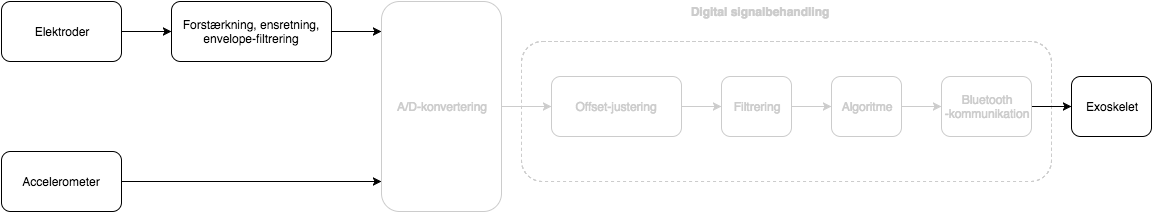
mariakroustrup/ST4 keeps this draw.io diagram as figures/implementering/Blokdiagram_analog.png. Above is the earlier version. Source tidied: cells renumbered, new cells last; positions are measured from the earlier drawing's top-left corner, leaving out a move shared by most shapes. Its diagram source:
```xml
<mxGraphModel background="#ffffff">
  <root>
    <mxCell id="0" />
    <mxCell id="1" parent="0" />
    <mxCell id="2" style="rounded=1;whiteSpace=wrap;html=1;dashed=1;strokeColor=#CCCCCC;" parent="1" vertex="1">
      <mxGeometry x="520" y="40" width="530" height="140" as="geometry" />
    </mxCell>
    <mxCell id="3" value="Elektroder" style="rounded=1;whiteSpace=wrap;html=1;" parent="1" vertex="1">
      <mxGeometry width="120" height="60" as="geometry" />
    </mxCell>
    <mxCell id="4" value="Accelerometer" style="rounded=1;whiteSpace=wrap;html=1;" parent="1" vertex="1">
      <mxGeometry y="150" width="120" height="60" as="geometry" />
    </mxCell>
    <mxCell id="5" value="&lt;div&gt;Forstærkning, ensretning, envelope-filtrering&lt;/div&gt;" style="rounded=1;whiteSpace=wrap;html=1;" parent="1" vertex="1">
      <mxGeometry x="170" width="160" height="60" as="geometry" />
    </mxCell>
    <mxCell id="6" style="endArrow=classic;html=1;entryX=0;entryY=0.5;exitX=1;exitY=0.5;" parent="1" edge="1" source="3" target="5">
      <mxGeometry relative="1" as="geometry" />
    </mxCell>
    <mxCell id="7" style="edgeStyle=orthogonalEdgeStyle;rounded=0;html=1;exitX=1;exitY=0.5;jettySize=auto;" parent="1" edge="1" source="5">
      <mxGeometry relative="1" as="geometry">
        <mxPoint x="380" y="30" as="targetPoint" />
      </mxGeometry>
    </mxCell>
    <mxCell id="8" value="&lt;font color=&quot;#cccccc&quot;&gt;A/D-konvertering&lt;/font&gt;" style="rounded=1;whiteSpace=wrap;html=1;strokeColor=#CCCCCC;" parent="1" vertex="1">
      <mxGeometry x="380" width="120" height="210" as="geometry" />
    </mxCell>
    <mxCell id="9" style="edgeStyle=orthogonalEdgeStyle;rounded=0;html=1;exitX=1;exitY=0.5;entryX=0;entryY=0.857;entryPerimeter=0;jettySize=auto;" parent="1" edge="1" source="4" target="8">
      <mxGeometry relative="1" as="geometry" />
    </mxCell>
    <mxCell id="10" value="&lt;font color=&quot;#cccccc&quot;&gt;Offset-justering&lt;/font&gt;" style="rounded=1;whiteSpace=wrap;html=1;strokeColor=#CCCCCC;" parent="1" vertex="1">
      <mxGeometry x="550" y="75" width="130" height="60" as="geometry" />
    </mxCell>
    <mxCell id="11" style="edgeStyle=orthogonalEdgeStyle;rounded=0;html=1;exitX=0;exitY=0.5;entryX=0;entryY=0.5;jettySize=auto;orthogonalLoop=1;" parent="1" edge="1" source="10" target="10">
      <mxGeometry relative="1" as="geometry" />
    </mxCell>
    <mxCell id="12" style="edgeStyle=orthogonalEdgeStyle;rounded=0;html=1;exitX=1;exitY=0.5;entryX=0;entryY=0.5;startSize=6;jettySize=auto;orthogonalLoop=1;strokeColor=#CCCCCC;" parent="1" edge="1">
      <mxGeometry relative="1" as="geometry">
        <mxPoint x="900" y="105" as="sourcePoint" />
        <mxPoint x="940" y="105" as="targetPoint" />
      </mxGeometry>
    </mxCell>
    <mxCell id="13" style="edgeStyle=orthogonalEdgeStyle;rounded=0;html=1;exitX=1;exitY=0.5;entryX=0;entryY=0.5;startSize=6;jettySize=auto;orthogonalLoop=1;strokeColor=#000000;" parent="1" edge="1">
      <mxGeometry relative="1" as="geometry">
        <mxPoint x="1030" y="105" as="sourcePoint" />
        <mxPoint x="1070" y="105" as="targetPoint" />
      </mxGeometry>
    </mxCell>
    <mxCell id="14" value="&lt;b&gt;&lt;font color=&quot;#cccccc&quot;&gt;Digital signalbehandling&lt;/font&gt;&lt;/b&gt;" style="text;html=1;strokeColor=none;fillColor=none;align=center;verticalAlign=middle;whiteSpace=wrap;overflow=hidden;dashed=1;" parent="1" vertex="1">
      <mxGeometry x="670" width="175" height="20" as="geometry" />
    </mxCell>
    <mxCell id="15" style="edgeStyle=orthogonalEdgeStyle;rounded=0;html=1;exitX=1;exitY=0.5;entryX=0;entryY=0.5;startSize=6;jettySize=auto;orthogonalLoop=1;strokeColor=#CCCCCC;" parent="1" edge="1">
      <mxGeometry relative="1" as="geometry">
        <mxPoint x="790" y="105" as="sourcePoint" />
        <mxPoint x="830" y="105" as="targetPoint" />
      </mxGeometry>
    </mxCell>
    <mxCell id="16" style="edgeStyle=orthogonalEdgeStyle;rounded=0;html=1;exitX=1;exitY=0.5;entryX=0;entryY=0.5;startSize=6;jettySize=auto;strokeColor=#CCCCCC;" parent="1" edge="1" source="8" target="10">
      <mxGeometry relative="1" as="geometry" />
    </mxCell>
    <mxCell id="17" style="edgeStyle=orthogonalEdgeStyle;rounded=0;html=1;exitX=1;exitY=0.5;startSize=6;jettySize=auto;strokeColor=#CCCCCC;" parent="1" edge="1" source="10">
      <mxGeometry relative="1" as="geometry">
        <mxPoint x="720" y="105" as="targetPoint" />
      </mxGeometry>
    </mxCell>
    <mxCell id="18" value="&lt;span&gt;&lt;font color=&quot;#cccccc&quot;&gt;Filtrering&lt;/font&gt;&lt;/span&gt;" style="rounded=1;whiteSpace=wrap;html=1;strokeColor=#CCCCCC;" parent="1" vertex="1">
      <mxGeometry x="720" y="75" width="70" height="60" as="geometry" />
    </mxCell>
    <mxCell id="19" value="&lt;span&gt;&lt;font color=&quot;#cccccc&quot;&gt;Algoritme&lt;/font&gt;&lt;/span&gt;" style="rounded=1;whiteSpace=wrap;html=1;strokeColor=#CCCCCC;" parent="1" vertex="1">
      <mxGeometry x="830" y="75" width="70" height="60" as="geometry" />
    </mxCell>
    <mxCell id="20" value="&lt;font color=&quot;#cccccc&quot;&gt;&lt;span&gt;Bluetooth&lt;/span&gt;&lt;br&gt;&lt;span&gt;-kommunikation&lt;/span&gt;&lt;/font&gt;" style="rounded=1;whiteSpace=wrap;html=1;strokeColor=#CCCCCC;" parent="1" vertex="1">
      <mxGeometry x="940" y="75" width="90" height="60" as="geometry" />
    </mxCell>
    <mxCell id="21" value="Exoskelet" style="rounded=1;whiteSpace=wrap;html=1;strokeColor=#000000;" parent="1" vertex="1">
      <mxGeometry x="1070" y="75" width="80" height="60" as="geometry" />
    </mxCell>
  </root>
</mxGraphModel>
```
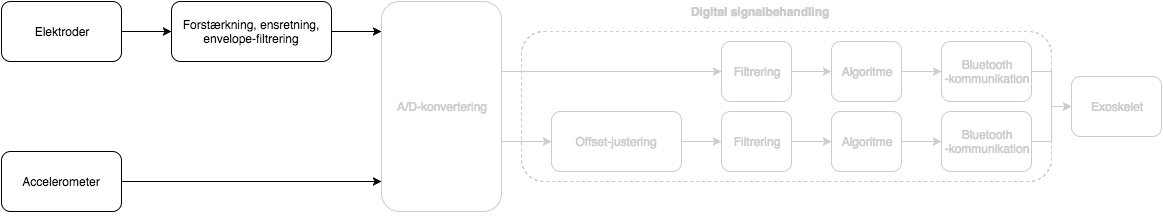
Above is the later version.

What changed in the source:
```diff
@@ -3,8 +3,31 @@
     <mxCell id="0" />
     <mxCell id="1" parent="0" />
     <mxCell id="2" style="rounded=1;whiteSpace=wrap;html=1;dashed=1;strokeColor=#CCCCCC;" parent="1" vertex="1">
-      <mxGeometry x="520" y="40" width="530" height="140" as="geometry" />
+      <mxGeometry x="520" y="30" width="530" height="150" as="geometry" />
     </mxCell>
+    <mxCell id="22" style="edgeStyle=orthogonalEdgeStyle;rounded=0;html=1;exitX=1;exitY=0.5;jettySize=auto;strokeColor=#CCCCCC;" parent="1" edge="1" source="10" target="18">
+      <mxGeometry relative="1" as="geometry" />
+    </mxCell>
+    <mxCell id="10" value="&lt;font color=&quot;#cccccc&quot;&gt;Offset-justering&lt;/font&gt;" style="rounded=1;whiteSpace=wrap;html=1;strokeColor=#CCCCCC;fillColor=none;" parent="1" vertex="1">
+      <mxGeometry x="550" y="110" width="130" height="60" as="geometry" />
+    </mxCell>
+    <mxCell id="23" style="edgeStyle=orthogonalEdgeStyle;rounded=0;html=1;exitX=1;exitY=0.5;jettySize=auto;strokeColor=#CCCCCC;" parent="1" edge="1" source="8" target="29">
+      <mxGeometry relative="1" as="geometry">
+        <Array as="points">
+          <mxPoint x="500" y="70" />
+        </Array>
+      </mxGeometry>
+    </mxCell>
+    <mxCell id="16" style="edgeStyle=orthogonalEdgeStyle;rounded=0;html=1;exitX=1;exitY=0.5;entryX=0;entryY=0.5;jettySize=auto;strokeColor=#CCCCCC;" parent="1" edge="1" source="8" target="10">
+      <mxGeometry relative="1" as="geometry">
+        <Array as="points">
+          <mxPoint x="500" y="140" />
+        </Array>
+      </mxGeometry>
+    </mxCell>
+    <mxCell id="8" value="&lt;font color=&quot;#cccccc&quot;&gt;A/D-konvertering&lt;/font&gt;" style="rounded=1;whiteSpace=wrap;html=1;shadow=0;strokeColor=#CCCCCC;" parent="1" vertex="1">
+      <mxGeometry x="380" width="120" height="210" as="geometry" />
+    </mxCell>
     <mxCell id="3" value="Elektroder" style="rounded=1;whiteSpace=wrap;html=1;" parent="1" vertex="1">
       <mxGeometry width="120" height="60" as="geometry" />
     </mxCell>
@@ -22,58 +45,59 @@
         <mxPoint x="380" y="30" as="targetPoint" />
       </mxGeometry>
     </mxCell>
-    <mxCell id="8" value="&lt;font color=&quot;#cccccc&quot;&gt;A/D-konvertering&lt;/font&gt;" style="rounded=1;whiteSpace=wrap;html=1;strokeColor=#CCCCCC;" parent="1" vertex="1">
-      <mxGeometry x="380" width="120" height="210" as="geometry" />
-    </mxCell>
     <mxCell id="9" style="edgeStyle=orthogonalEdgeStyle;rounded=0;html=1;exitX=1;exitY=0.5;entryX=0;entryY=0.857;entryPerimeter=0;jettySize=auto;" parent="1" edge="1" source="4" target="8">
       <mxGeometry relative="1" as="geometry" />
     </mxCell>
-    <mxCell id="10" value="&lt;font color=&quot;#cccccc&quot;&gt;Offset-justering&lt;/font&gt;" style="rounded=1;whiteSpace=wrap;html=1;strokeColor=#CCCCCC;" parent="1" vertex="1">
-      <mxGeometry x="550" y="75" width="130" height="60" as="geometry" />
-    </mxCell>
     <mxCell id="11" style="edgeStyle=orthogonalEdgeStyle;rounded=0;html=1;exitX=0;exitY=0.5;entryX=0;entryY=0.5;jettySize=auto;orthogonalLoop=1;" parent="1" edge="1" source="10" target="10">
       <mxGeometry relative="1" as="geometry" />
     </mxCell>
-    <mxCell id="12" style="edgeStyle=orthogonalEdgeStyle;rounded=0;html=1;exitX=1;exitY=0.5;entryX=0;entryY=0.5;startSize=6;jettySize=auto;orthogonalLoop=1;strokeColor=#CCCCCC;" parent="1" edge="1">
-      <mxGeometry relative="1" as="geometry">
-        <mxPoint x="900" y="105" as="sourcePoint" />
-        <mxPoint x="940" y="105" as="targetPoint" />
-      </mxGeometry>
-    </mxCell>
-    <mxCell id="13" style="edgeStyle=orthogonalEdgeStyle;rounded=0;html=1;exitX=1;exitY=0.5;entryX=0;entryY=0.5;startSize=6;jettySize=auto;orthogonalLoop=1;strokeColor=#000000;" parent="1" edge="1">
-      <mxGeometry relative="1" as="geometry">
-        <mxPoint x="1030" y="105" as="sourcePoint" />
-        <mxPoint x="1070" y="105" as="targetPoint" />
-      </mxGeometry>
-    </mxCell>
     <mxCell id="14" value="&lt;b&gt;&lt;font color=&quot;#cccccc&quot;&gt;Digital signalbehandling&lt;/font&gt;&lt;/b&gt;" style="text;html=1;strokeColor=none;fillColor=none;align=center;verticalAlign=middle;whiteSpace=wrap;overflow=hidden;dashed=1;" parent="1" vertex="1">
       <mxGeometry x="670" width="175" height="20" as="geometry" />
     </mxCell>
-    <mxCell id="15" style="edgeStyle=orthogonalEdgeStyle;rounded=0;html=1;exitX=1;exitY=0.5;entryX=0;entryY=0.5;startSize=6;jettySize=auto;orthogonalLoop=1;strokeColor=#CCCCCC;" parent="1" edge="1">
-      <mxGeometry relative="1" as="geometry">
-        <mxPoint x="790" y="105" as="sourcePoint" />
-        <mxPoint x="830" y="105" as="targetPoint" />
-      </mxGeometry>
-    </mxCell>
-    <mxCell id="16" style="edgeStyle=orthogonalEdgeStyle;rounded=0;html=1;exitX=1;exitY=0.5;entryX=0;entryY=0.5;startSize=6;jettySize=auto;strokeColor=#CCCCCC;" parent="1" edge="1" source="8" target="10">
-      <mxGeometry relative="1" as="geometry" />
-    </mxCell>
-    <mxCell id="17" style="edgeStyle=orthogonalEdgeStyle;rounded=0;html=1;exitX=1;exitY=0.5;startSize=6;jettySize=auto;strokeColor=#CCCCCC;" parent="1" edge="1" source="10">
-      <mxGeometry relative="1" as="geometry">
-        <mxPoint x="720" y="105" as="targetPoint" />
-      </mxGeometry>
-    </mxCell>
+    <mxCell id="24" style="edgeStyle=orthogonalEdgeStyle;rounded=0;html=1;exitX=0.5;exitY=1;startSize=6;jettySize=auto;orthogonalLoop=1;" parent="1" edge="1">
+      <mxGeometry relative="1" as="geometry">
+        <mxPoint x="755" y="210" as="sourcePoint" />
+        <mxPoint x="755" y="210" as="targetPoint" />
+      </mxGeometry>
+    </mxCell>
+    <mxCell id="25" style="edgeStyle=orthogonalEdgeStyle;rounded=0;html=1;exitX=1;exitY=0.5;jettySize=auto;strokeColor=#CCCCCC;" parent="1" edge="1" source="18" target="19">
+      <mxGeometry relative="1" as="geometry" />
+    </mxCell>
     <mxCell id="18" value="&lt;span&gt;&lt;font color=&quot;#cccccc&quot;&gt;Filtrering&lt;/font&gt;&lt;/span&gt;" style="rounded=1;whiteSpace=wrap;html=1;strokeColor=#CCCCCC;" parent="1" vertex="1">
-      <mxGeometry x="720" y="75" width="70" height="60" as="geometry" />
+      <mxGeometry x="720" y="110" width="70" height="60" as="geometry" />
     </mxCell>
+    <mxCell id="26" style="edgeStyle=orthogonalEdgeStyle;rounded=0;html=1;exitX=1;exitY=0.5;entryX=0;entryY=0.5;jettySize=auto;strokeColor=#CCCCCC;" parent="1" edge="1" source="19" target="20">
+      <mxGeometry relative="1" as="geometry" />
+    </mxCell>
     <mxCell id="19" value="&lt;span&gt;&lt;font color=&quot;#cccccc&quot;&gt;Algoritme&lt;/font&gt;&lt;/span&gt;" style="rounded=1;whiteSpace=wrap;html=1;strokeColor=#CCCCCC;" parent="1" vertex="1">
-      <mxGeometry x="830" y="75" width="70" height="60" as="geometry" />
+      <mxGeometry x="830" y="110" width="70" height="60" as="geometry" />
     </mxCell>
+    <mxCell id="27" style="edgeStyle=orthogonalEdgeStyle;rounded=0;html=1;exitX=1;exitY=0.5;entryX=0;entryY=0.5;jettySize=auto;strokeColor=#CCCCCC;" parent="1" edge="1" source="20" target="21">
+      <mxGeometry relative="1" as="geometry" />
+    </mxCell>
     <mxCell id="20" value="&lt;font color=&quot;#cccccc&quot;&gt;&lt;span&gt;Bluetooth&lt;/span&gt;&lt;br&gt;&lt;span&gt;-kommunikation&lt;/span&gt;&lt;/font&gt;" style="rounded=1;whiteSpace=wrap;html=1;strokeColor=#CCCCCC;" parent="1" vertex="1">
-      <mxGeometry x="940" y="75" width="90" height="60" as="geometry" />
+      <mxGeometry x="940" y="110" width="90" height="60" as="geometry" />
     </mxCell>
-    <mxCell id="21" value="Exoskelet" style="rounded=1;whiteSpace=wrap;html=1;strokeColor=#000000;" parent="1" vertex="1">
-      <mxGeometry x="1070" y="75" width="80" height="60" as="geometry" />
+    <mxCell id="21" value="&lt;font color=&quot;#cccccc&quot;&gt;Exoskelet&lt;/font&gt;" style="rounded=1;whiteSpace=wrap;html=1;strokeColor=#CCCCCC;" parent="1" vertex="1">
+      <mxGeometry x="1070" y="75" width="90" height="60" as="geometry" />
     </mxCell>
+    <mxCell id="28" style="edgeStyle=orthogonalEdgeStyle;rounded=0;html=1;exitX=1;exitY=0.5;entryX=0;entryY=0.5;jettySize=auto;strokeColor=#CCCCCC;" parent="1" edge="1" source="29" target="31">
+      <mxGeometry relative="1" as="geometry" />
+    </mxCell>
+    <mxCell id="29" value="&lt;span&gt;&lt;font color=&quot;#cccccc&quot;&gt;Filtrering&lt;/font&gt;&lt;/span&gt;" style="rounded=1;whiteSpace=wrap;html=1;strokeColor=#CCCCCC;" parent="1" vertex="1">
+      <mxGeometry x="720" y="40" width="70" height="60" as="geometry" />
+    </mxCell>
+    <mxCell id="30" style="edgeStyle=orthogonalEdgeStyle;rounded=0;html=1;exitX=1;exitY=0.5;entryX=0;entryY=0.5;jettySize=auto;strokeColor=#CCCCCC;" parent="1" edge="1" source="31" target="33">
+      <mxGeometry relative="1" as="geometry" />
+    </mxCell>
+    <mxCell id="31" value="&lt;span&gt;&lt;font color=&quot;#cccccc&quot;&gt;Algoritme&lt;/font&gt;&lt;/span&gt;" style="rounded=1;whiteSpace=wrap;html=1;strokeColor=#CCCCCC;" parent="1" vertex="1">
+      <mxGeometry x="830" y="40" width="70" height="60" as="geometry" />
+    </mxCell>
+    <mxCell id="32" style="edgeStyle=orthogonalEdgeStyle;rounded=0;html=1;exitX=1;exitY=0.5;entryX=0;entryY=0.5;jettySize=auto;strokeColor=#CCCCCC;" parent="1" edge="1" source="33" target="21">
+      <mxGeometry relative="1" as="geometry" />
+    </mxCell>
+    <mxCell id="33" value="&lt;font color=&quot;#cccccc&quot;&gt;&lt;span&gt;Bluetooth&lt;/span&gt;&lt;br&gt;&lt;span&gt;-kommunikation&lt;/span&gt;&lt;/font&gt;" style="rounded=1;whiteSpace=wrap;html=1;strokeColor=#CCCCCC;" parent="1" vertex="1">
+      <mxGeometry x="940" y="40" width="90" height="60" as="geometry" />
+    </mxCell>
   </root>
 </mxGraphModel>
```
